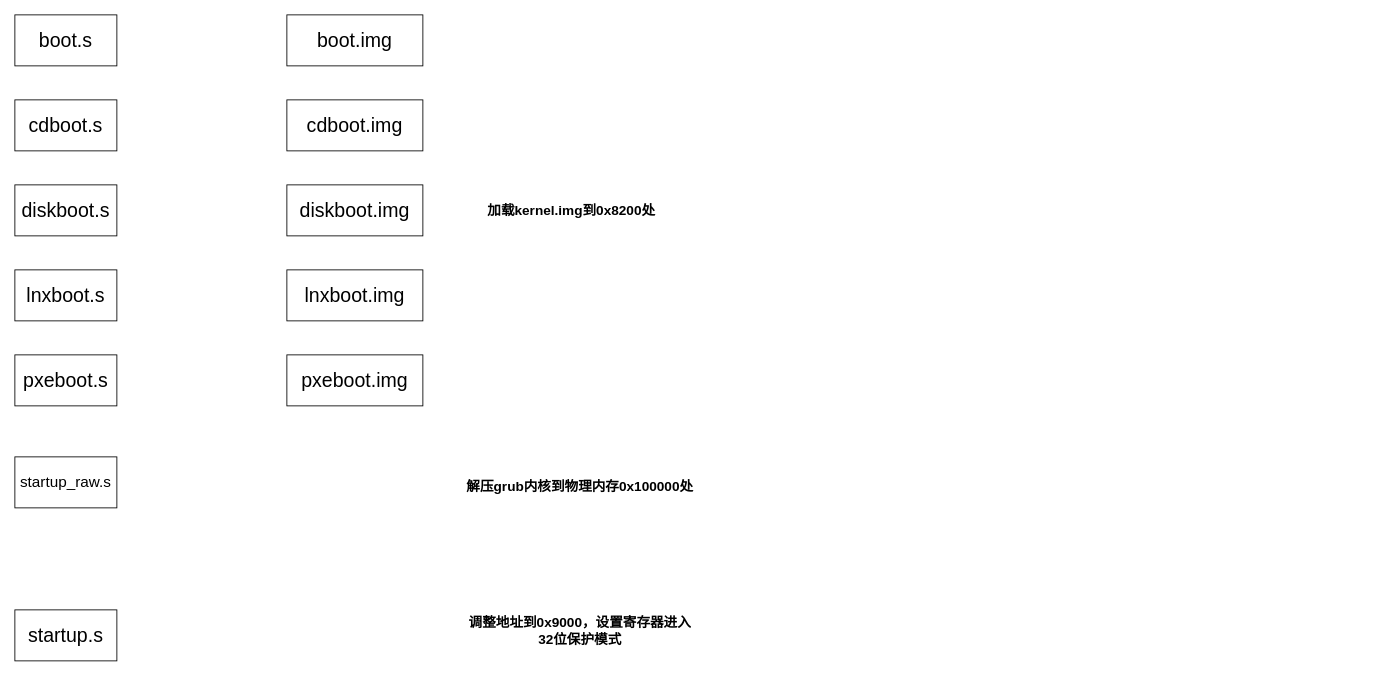
Above: page "第 1 页" (1 of 2) of grub源码阅读.drawio in wbzzx-bb/wb-linux (draw.io), before the change. Source tidied: cells renumbered, new cells numbered last; positions are measured from the earlier drawing's top-left corner, leaving out a move shared by most shapes. Both pictures are drawn from the tidied source at 85%, with x=0, y=0 at pixel (14, 14).
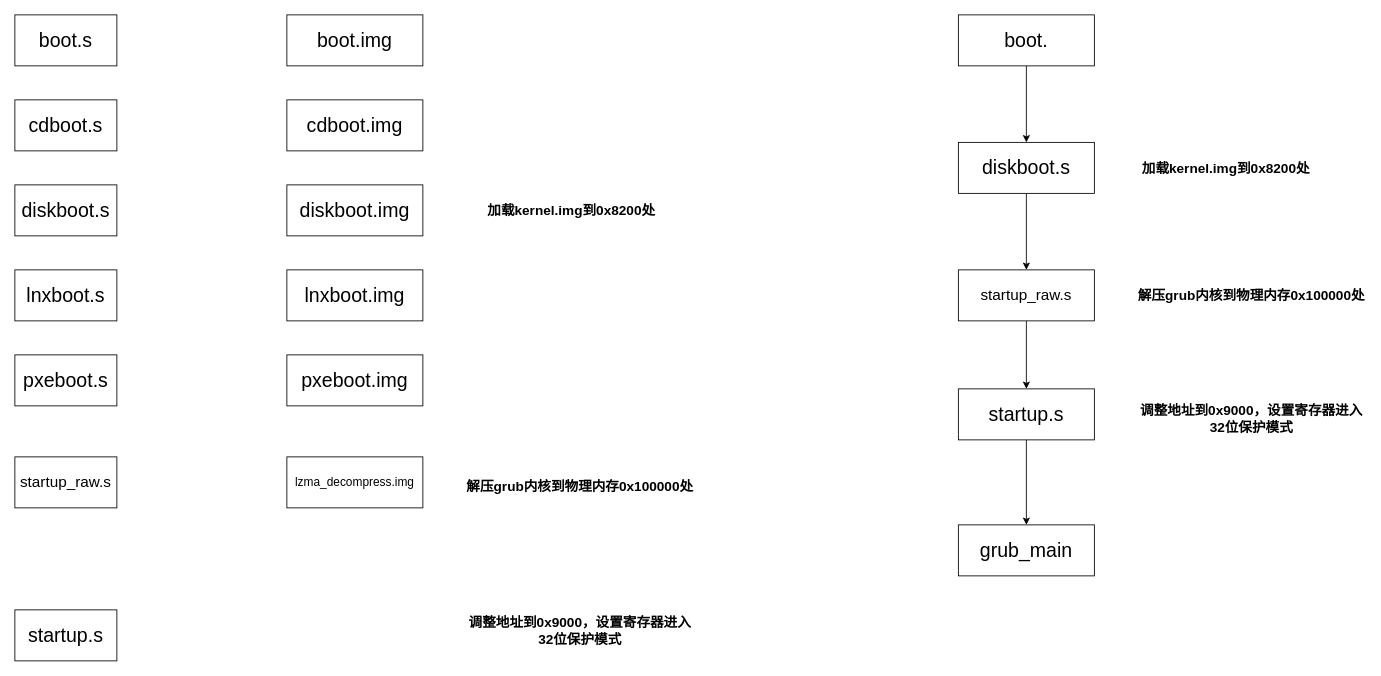
After the change.

Commit message:
更新grub源码阅读.drawio

The edit, as a diff of the source:
```diff
@@
+    <mxCell id="17" style="edgeStyle=orthogonalEdgeStyle;rounded=0;jettySize=auto;html=1;entryX=0.5;entryY=0;entryDx=0;entryDy=0;" parent="1" edge="1" source="18" target="20">
+      <mxGeometry relative="1" as="geometry" />
+    </mxCell>
+    <mxCell id="18" value="&lt;font style=&quot;font-size: 23px;&quot;&gt;boot.&lt;/font&gt;" style="rounded=0;whiteSpace=wrap;html=1;" parent="1" vertex="1">
+      <mxGeometry x="1110" width="160" height="60" as="geometry" />
+    </mxCell>
+    <mxCell id="19" style="edgeStyle=orthogonalEdgeStyle;rounded=0;jettySize=auto;html=1;entryX=0.5;entryY=0;entryDx=0;entryDy=0;" parent="1" edge="1" source="20" target="23">
+      <mxGeometry relative="1" as="geometry" />
+    </mxCell>
+    <mxCell id="20" value="&lt;font style=&quot;font-size: 23px;&quot;&gt;diskboot.s&lt;/font&gt;" style="rounded=0;whiteSpace=wrap;html=1;" parent="1" vertex="1">
+      <mxGeometry x="1110" y="150" width="160" height="60" as="geometry" />
+    </mxCell>
+    <mxCell id="21" value="&lt;b&gt;&lt;font style=&quot;font-size: 16px;&quot;&gt;加载kernel.img到0x8200处&lt;/font&gt;&lt;/b&gt;" style="text;html=1;align=center;verticalAlign=middle;whiteSpace=wrap;rounded=0;" parent="1" vertex="1">
+      <mxGeometry x="1290" y="165" width="270" height="30" as="geometry" />
+    </mxCell>
+    <mxCell id="22" style="edgeStyle=orthogonalEdgeStyle;rounded=0;jettySize=auto;html=1;entryX=0.5;entryY=0;entryDx=0;entryDy=0;" parent="1" edge="1" source="23" target="25">
+      <mxGeometry relative="1" as="geometry" />
+    </mxCell>
+    <mxCell id="23" value="&lt;font style=&quot;font-size: 18px;&quot;&gt;startup_raw.s&lt;/font&gt;" style="rounded=0;whiteSpace=wrap;html=1;" parent="1" vertex="1">
+      <mxGeometry x="1110" y="300" width="160" height="60" as="geometry" />
+    </mxCell>
+    <mxCell id="24" style="edgeStyle=orthogonalEdgeStyle;rounded=0;jettySize=auto;html=1;entryX=0.5;entryY=0;entryDx=0;entryDy=0;" parent="1" edge="1" source="25" target="28">
+      <mxGeometry relative="1" as="geometry" />
+    </mxCell>
+    <mxCell id="25" value="&lt;font style=&quot;font-size: 23px;&quot;&gt;startup.s&lt;/font&gt;" style="rounded=0;whiteSpace=wrap;html=1;" parent="1" vertex="1">
+      <mxGeometry x="1110" y="440" width="160" height="60" as="geometry" />
+    </mxCell>
+    <mxCell id="26" value="&lt;span style=&quot;font-size: 16px;&quot;&gt;&lt;b&gt;解压grub内核到物理内存0x100000处&lt;/b&gt;&lt;/span&gt;" style="text;html=1;align=center;verticalAlign=middle;whiteSpace=wrap;rounded=0;" parent="1" vertex="1">
+      <mxGeometry x="1320" y="315" width="270" height="30" as="geometry" />
+    </mxCell>
+    <mxCell id="27" value="&lt;span style=&quot;font-size: 16px;&quot;&gt;&lt;b&gt;调整地址到0x9000，设置寄存器进入32位保护模式&lt;/b&gt;&lt;/span&gt;" style="text;html=1;align=center;verticalAlign=middle;whiteSpace=wrap;rounded=0;" parent="1" vertex="1">
+      <mxGeometry x="1320" y="460" width="270" height="30" as="geometry" />
+    </mxCell>
+    <mxCell id="28" value="&lt;font style=&quot;font-size: 23px;&quot;&gt;grub_main&lt;/font&gt;" style="rounded=0;whiteSpace=wrap;html=1;" parent="1" vertex="1">
+      <mxGeometry x="1110" y="600" width="160" height="60" as="geometry" />
+    </mxCell>
+    <mxCell id="29" value="&lt;font style=&quot;font-size: 14px;&quot;&gt;lzma_decompress.img&lt;/font&gt;" style="rounded=0;whiteSpace=wrap;html=1;" parent="1" vertex="1">
+      <mxGeometry x="320" y="520" width="160" height="60" as="geometry" />
+    </mxCell>
```
